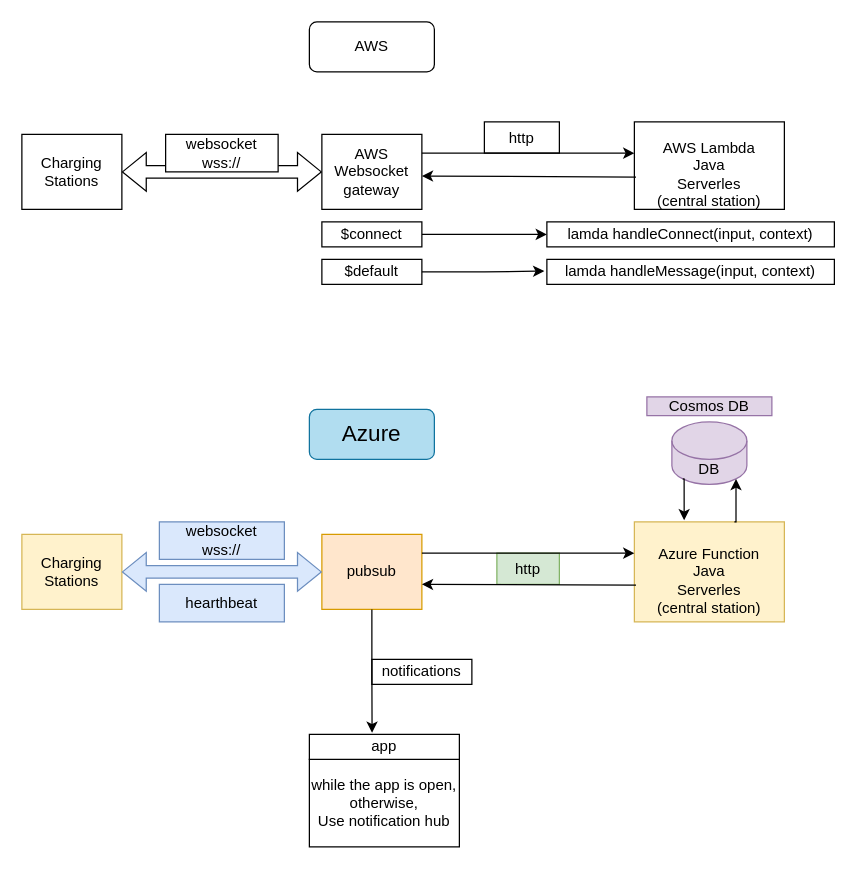
Above: Azure.drawio in stefanszeke/diargrams_io (draw.io), before the change. Source tidied: cells renumbered, new cells numbered last; positions are measured from the earlier drawing's top-left corner, leaving out a move shared by most shapes. Both pictures are drawn from the tidied source at 125%, with x=0, y=0 at pixel (21, 21).
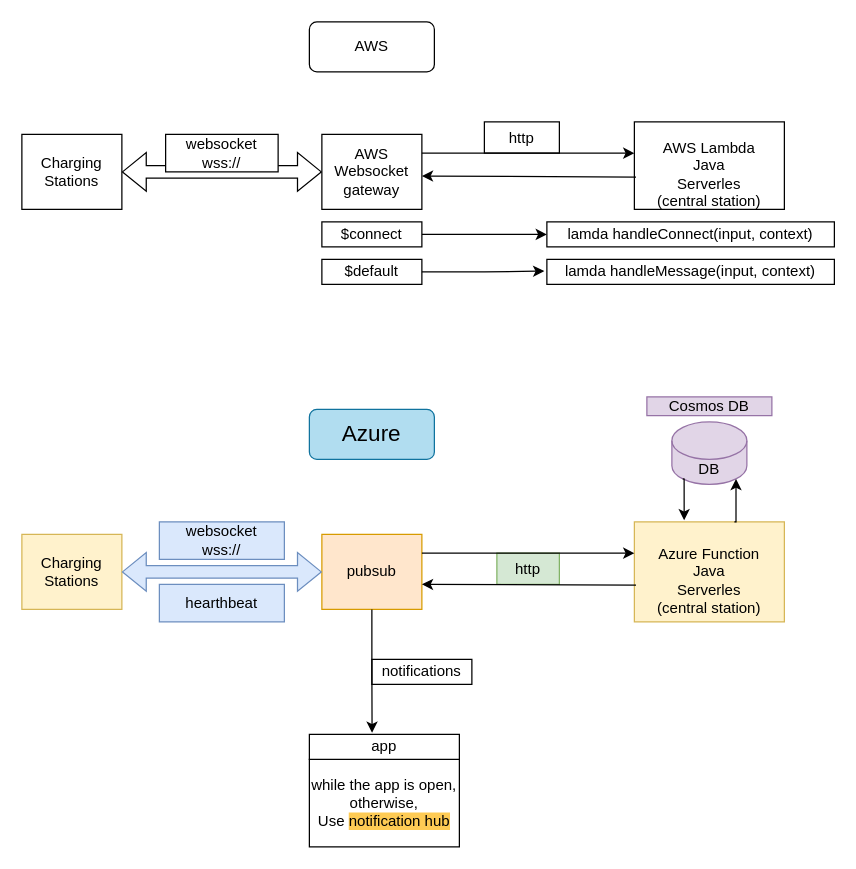
After the change.

Change to the diagram source:
```diff
@@
-    <mxCell id="29" value="while the app is open,&lt;br&gt;otherwise,&lt;br&gt;Use notification hub" style="rounded=0;whiteSpace=wrap;html=1;" parent="1" vertex="1">
+    <mxCell id="29" value="while the app is open,&lt;br&gt;otherwise,&lt;br&gt;Use &lt;span style=&quot;background-color: rgb(254, 203, 84);&quot;&gt;notification hub&lt;/span&gt;" style="rounded=0;whiteSpace=wrap;html=1;" parent="1" vertex="1">
       <mxGeometry x="230" y="590" width="120" height="70" as="geometry" />
     </mxCell>
```
